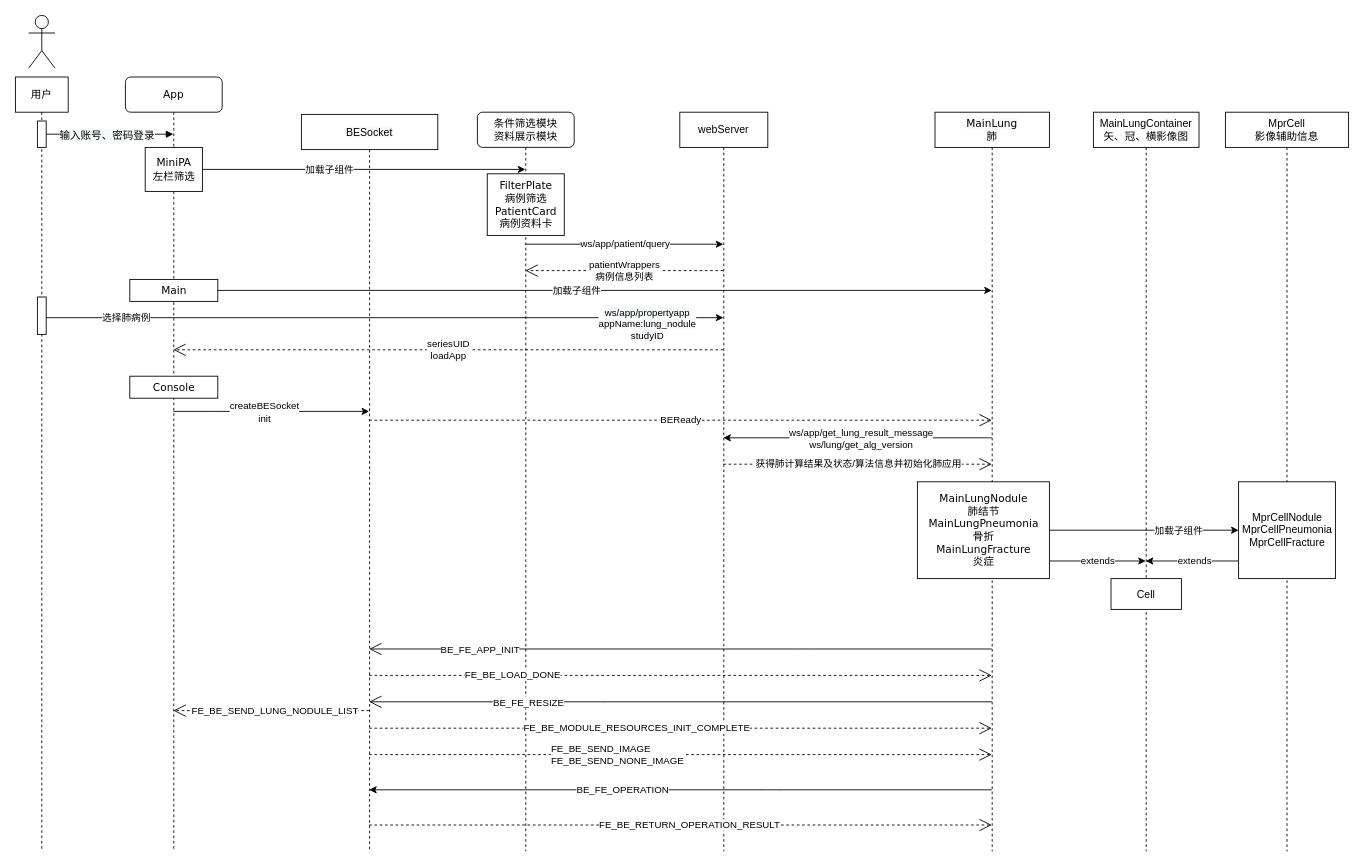
This is Untitled Diagram.drawio from xingshijun/myBlog, a draw.io file, before an edit. Source tidied: cells renumbered, new cells numbered last; positions are measured from the earlier drawing's top-left corner, leaving out a move shared by most shapes. Both pictures are drawn from the tidied source at 88%, with x=0, y=0 at pixel (15, 15).
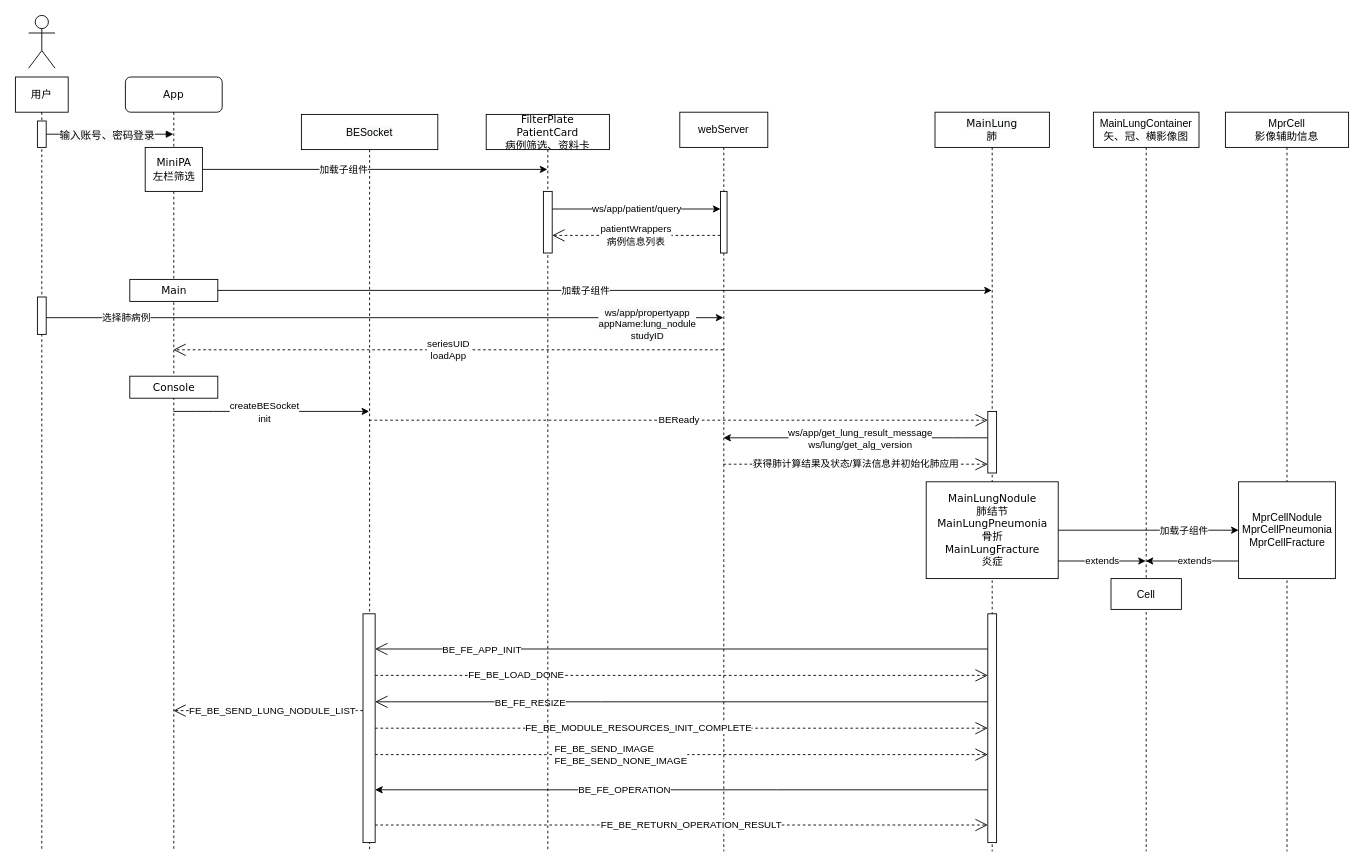
Above is the later version.

Unchanged cells that the change refers to:
```xml
<mxCell id="4" value="App" style="shape=umlLifeline;perimeter=lifelinePerimeter;whiteSpace=wrap;html=1;outlineConnect=0;rounded=1;shadow=0;comic=0;labelBackgroundColor=none;strokeWidth=1;fontFamily=Verdana;fontSize=12;align=center;" parent="1" vertex="1">
  <mxGeometry x="125" y="70" width="110" height="880" as="geometry" />
</mxCell>
<mxCell id="5" value="MiniPA&lt;br&gt;左栏筛选" style="html=1;points=[];perimeter=orthogonalPerimeter;rounded=0;shadow=0;comic=0;labelBackgroundColor=none;strokeWidth=1;fontFamily=Verdana;fontSize=12;align=center;" parent="4" vertex="1">
  <mxGeometry x="22.5" y="80" width="65" height="50" as="geometry" />
</mxCell>
<mxCell id="12" style="endArrow=classic;html=1;" parent="1" edge="1" source="6" target="23">
  <mxGeometry relative="1" as="geometry" />
</mxCell>
<mxCell id="23" value="&#10;&#10;&lt;span style=&quot;color: rgb(0, 0, 0); font-family: verdana; font-size: 12px; font-style: normal; font-weight: 400; letter-spacing: normal; text-align: center; text-indent: 0px; text-transform: none; word-spacing: 0px; background-color: rgb(248, 249, 250); display: inline; float: none;&quot;&gt;MainLung&lt;/span&gt;&lt;br style=&quot;color: rgb(0, 0, 0); font-family: verdana; font-size: 12px; font-style: normal; font-weight: 400; letter-spacing: normal; text-align: center; text-indent: 0px; text-transform: none; word-spacing: 0px; background-color: rgb(248, 249, 250);&quot;&gt;&lt;span style=&quot;color: rgb(0, 0, 0); font-family: verdana; font-size: 12px; font-style: normal; font-weight: 400; letter-spacing: normal; text-align: center; text-indent: 0px; text-transform: none; word-spacing: 0px; background-color: rgb(248, 249, 250); display: inline; float: none;&quot;&gt;肺&lt;/span&gt;&#10;&#10;" style="shape=umlLifeline;perimeter=lifelinePerimeter;whiteSpace=wrap;html=1;outlineConnect=0;" parent="1" vertex="1">
  <mxGeometry x="1045" y="110" width="130" height="840" as="geometry" />
</mxCell>
<mxCell id="25" value="&lt;span style=&quot;font-family: &amp;#34;helvetica&amp;#34;&quot;&gt;webServer&lt;/span&gt;" style="shape=umlLifeline;perimeter=lifelinePerimeter;whiteSpace=wrap;html=1;outlineConnect=0;" parent="1" vertex="1">
  <mxGeometry x="755" y="110" width="100" height="840" as="geometry" />
</mxCell>
<mxCell id="26" value="&lt;span style=&quot;color: rgb(0 , 0 , 0) ; font-family: &amp;#34;helvetica&amp;#34; ; font-size: 12px ; font-style: normal ; font-weight: 400 ; letter-spacing: normal ; text-align: center ; text-indent: 0px ; text-transform: none ; word-spacing: 0px ; background-color: rgb(248 , 249 , 250) ; display: inline ; float: none&quot;&gt;BESocket&lt;/span&gt;" style="shape=umlLifeline;perimeter=lifelinePerimeter;whiteSpace=wrap;html=1;outlineConnect=0;" parent="1" vertex="1">
  <mxGeometry x="325" y="112.5" width="155" height="837.5" as="geometry" />
</mxCell>
```

Change to the diagram source:
```diff
@@
-    <mxCell id="2" value="条件筛选模块&lt;br&gt;资料展示模块" style="shape=umlLifeline;perimeter=lifelinePerimeter;whiteSpace=wrap;html=1;outlineConnect=0;rounded=1;shadow=0;comic=0;labelBackgroundColor=none;strokeWidth=1;fontFamily=Verdana;fontSize=12;align=center;" parent="1" vertex="1">
-      <mxGeometry x="525" y="110" width="110" height="840" as="geometry" />
-    </mxCell>
-    <mxCell id="3" value="FilterPlate&lt;br&gt;病例筛选&lt;br&gt;PatientCard&lt;br&gt;病例资料卡" style="html=1;perimeter=orthogonalPerimeter;rounded=0;shadow=0;comic=0;labelBackgroundColor=none;strokeWidth=1;fontFamily=Verdana;fontSize=12;align=center;" parent="2" vertex="1">
-      <mxGeometry x="11.2" y="70" width="87.5" height="70" as="geometry" />
-    </mxCell>
@@
-    <mxCell id="9" style="endArrow=classic;html=1;" parent="1" edge="1" source="5" target="2">
+    <mxCell id="9" style="endArrow=classic;html=1;" parent="1" edge="1" source="5" target="50">
       <mxGeometry relative="1" as="geometry" />
     </mxCell>
@@
-    <mxCell id="11" value="ws/app/patient/query" style="endArrow=classic;html=1;startArrow=none;" parent="1" edge="1" source="2" target="25">
+    <mxCell id="11" value="ws/app/patient/query" style="endArrow=classic;html=1;startArrow=none;" parent="1" edge="1" source="51" target="55">
       <mxGeometry relative="1" as="geometry">
         <Array as="points">
-          <mxPoint x="695" y="260" />
+          <mxPoint x="695" y="220" />
         </Array>
       </mxGeometry>
     </mxCell>
@@
     <mxCell id="13" value="加载子组件" style="edgeLabel;html=1;align=center;verticalAlign=middle;" parent="12" vertex="1">
       <mxGeometry x="-0.14" y="-1" relative="1" as="geometry">
-        <mxPoint x="29" y="-1" as="offset" />
+        <mxPoint x="39" y="-1" as="offset" />
       </mxGeometry>
     </mxCell>
-    <mxCell id="14" value="patientWrappers&lt;br&gt;病例信息列表" style="endArrow=open;endSize=12;dashed=1;html=1;" parent="1" edge="1" source="25" target="2">
+    <mxCell id="14" value="patientWrappers&lt;br&gt;病例信息列表" style="endArrow=open;endSize=12;dashed=1;html=1;" parent="1" edge="1" source="55" target="51">
       <mxGeometry relative="1" as="geometry">
         <Array as="points">
-          <mxPoint x="705" y="290" />
+          <mxPoint x="725" y="250" />
         </Array>
       </mxGeometry>
     </mxCell>
@@
     <mxCell id="24" value="MainLungNodule&lt;br&gt;肺结节&lt;br&gt;MainLungPneumonia&lt;br&gt;骨折&lt;br&gt;MainLungFracture&lt;br&gt;炎症" style="html=1;points=[];perimeter=orthogonalPerimeter;rounded=0;shadow=0;comic=0;labelBackgroundColor=none;strokeWidth=1;fontFamily=Verdana;fontSize=12;align=center;" parent="23" vertex="1">
-      <mxGeometry x="-20" y="420" width="150" height="110" as="geometry" />
+      <mxGeometry x="-10" y="420" width="150" height="110" as="geometry" />
     </mxCell>
@@
-    <mxCell id="32" style="endArrow=open;endFill=1;endSize=12;html=1;" parent="1" edge="1" source="23" target="26">
+    <mxCell id="32" style="endArrow=open;endFill=1;endSize=12;html=1;" parent="1" edge="1" source="53" target="54">
       <mxGeometry relative="1" as="geometry">
         <Array as="points">
           <mxPoint x="675" y="780" />
         </Array>
       </mxGeometry>
     </mxCell>
@@
-    <mxCell id="36" style="endArrow=classic;html=1;" parent="1" edge="1" source="23" target="25">
+    <mxCell id="36" style="endArrow=classic;html=1;" parent="1" edge="1" source="52" target="25">
       <mxGeometry relative="1" as="geometry">
         <Array as="points">
-          <mxPoint x="1105" y="480" />
+          <mxPoint x="1065" y="480" />
         </Array>
       </mxGeometry>
     </mxCell>
@@
-    <mxCell id="38" value="获得肺计算结果及状态/算法信息并初始化肺应用" style="endArrow=open;endSize=12;dashed=1;html=1;" parent="1" edge="1" source="25" target="23">
+    <mxCell id="38" value="获得肺计算结果及状态/算法信息并初始化肺应用" style="endArrow=open;endSize=12;dashed=1;html=1;" parent="1" edge="1" source="25" target="52">
       <mxGeometry relative="1" as="geometry">
         <Array as="points">
           <mxPoint x="1075" y="510" />
         </Array>
       </mxGeometry>
     </mxCell>
-    <mxCell id="39" style="endArrow=open;endFill=1;endSize=12;html=1;" parent="1" edge="1" source="23" target="26">
+    <mxCell id="39" style="endArrow=open;endFill=1;endSize=12;html=1;" parent="1" edge="1" source="53" target="54">
       <mxGeometry relative="1" as="geometry">
         <Array as="points">
           <mxPoint x="895" y="720" />
         </Array>
       </mxGeometry>
     </mxCell>
@@
-    <mxCell id="42" value="BEReady" style="endArrow=open;endSize=12;dashed=1;html=1;" parent="1" edge="1" source="26" target="23">
+    <mxCell id="42" value="BEReady" style="endArrow=open;endSize=12;dashed=1;html=1;" parent="1" edge="1" source="26" target="52">
       <mxGeometry relative="1" as="geometry">
         <Array as="points">
           <mxPoint x="515" y="460" />
         </Array>
       </mxGeometry>
     </mxCell>
-    <mxCell id="43" value="FE_BE_LOAD_DONE" style="endArrow=open;endSize=12;dashed=1;html=1;" parent="1" edge="1" source="26" target="23">
+    <mxCell id="43" value="FE_BE_LOAD_DONE" style="endArrow=open;endSize=12;dashed=1;html=1;" parent="1" edge="1" source="54" target="53">
       <mxGeometry x="-0.54" relative="1" as="geometry">
         <Array as="points">
           <mxPoint x="565" y="750" />
         </Array>
       </mxGeometry>
     </mxCell>
-    <mxCell id="44" value="FE_BE_MODULE_RESOURCES_INIT_COMPLETE" style="endArrow=open;endSize=12;dashed=1;html=1;" parent="1" edge="1" source="26" target="23">
+    <mxCell id="44" value="FE_BE_MODULE_RESOURCES_INIT_COMPLETE" style="endArrow=open;endSize=12;dashed=1;html=1;" parent="1" edge="1" source="54" target="53">
       <mxGeometry x="-0.14" relative="1" as="geometry">
         <Array as="points">
           <mxPoint x="565" y="810" />
         </Array>
       </mxGeometry>
     </mxCell>
-    <mxCell id="45" value="FE_BE_SEND_IMAGE&lt;br&gt;&lt;span style=&quot;font-size: 11px&quot;&gt;FE_BE_SEND_NONE_IMAGE&lt;/span&gt;" style="endArrow=open;endSize=12;dashed=1;html=1;align=left;" parent="1" edge="1" source="26" target="23">
+    <mxCell id="45" value="FE_BE_SEND_IMAGE&lt;br&gt;&lt;span style=&quot;font-size: 11px&quot;&gt;FE_BE_SEND_NONE_IMAGE&lt;/span&gt;" style="endArrow=open;endSize=12;dashed=1;html=1;align=left;" parent="1" edge="1" source="54" target="53">
       <mxGeometry x="-0.42" relative="1" as="geometry">
         <Array as="points">
           <mxPoint x="615" y="840" />
         </Array>
       </mxGeometry>
     </mxCell>
-    <mxCell id="46" value="BE_FE_OPERATION" style="endArrow=classic;html=1;" parent="1" edge="1" source="23" target="26">
+    <mxCell id="46" value="BE_FE_OPERATION" style="endArrow=classic;html=1;" parent="1" edge="1" source="53" target="54">
       <mxGeometry x="0.19" relative="1" as="geometry">
         <Array as="points">
           <mxPoint x="855" y="880" />
         </Array>
         <mxPoint x="1" as="offset" />
       </mxGeometry>
     </mxCell>
-    <mxCell id="47" value="FE_BE_RETURN_OPERATION_RESULT" style="endArrow=open;endSize=12;dashed=1;html=1;" parent="1" edge="1" source="26" target="23">
+    <mxCell id="47" value="FE_BE_RETURN_OPERATION_RESULT" style="endArrow=open;endSize=12;dashed=1;html=1;" parent="1" edge="1" source="54" target="53">
       <mxGeometry x="0.03" relative="1" as="geometry">
         <Array as="points">
           <mxPoint x="785" y="920" />
         </Array>
       </mxGeometry>
     </mxCell>
-    <mxCell id="48" value="FE_BE_SEND_LUNG_NODULE_LIST" style="endArrow=open;endSize=12;dashed=1;html=1;" parent="1" edge="1" source="26" target="4">
+    <mxCell id="48" value="FE_BE_SEND_LUNG_NODULE_LIST" style="endArrow=open;endSize=12;dashed=1;html=1;" parent="1" edge="1" source="54" target="4">
       <mxGeometry x="-0.04" relative="1" as="geometry">
         <Array as="points">
           <mxPoint x="285" y="790" />
         </Array>
       </mxGeometry>
     </mxCell>
@@
+    <mxCell id="50" value="&lt;span style=&quot;font-family: &amp;#34;verdana&amp;#34;&quot;&gt;FilterPlate&lt;/span&gt;&lt;br style=&quot;font-family: &amp;#34;verdana&amp;#34;&quot;&gt;&lt;span style=&quot;font-family: &amp;#34;verdana&amp;#34;&quot;&gt;PatientCard&lt;/span&gt;&lt;br style=&quot;font-family: &amp;#34;verdana&amp;#34;&quot;&gt;&lt;span style=&quot;font-family: &amp;#34;verdana&amp;#34;&quot;&gt;病例筛选、资料卡&lt;/span&gt;" style="shape=umlLifeline;perimeter=lifelinePerimeter;whiteSpace=wrap;html=1;outlineConnect=0;" parent="1" vertex="1">
+      <mxGeometry x="535" y="112.5" width="140" height="837.5" as="geometry" />
+    </mxCell>
+    <mxCell id="51" style="html=1;points=[];perimeter=orthogonalPerimeter;rounded=0;shadow=0;comic=0;labelBackgroundColor=none;strokeWidth=1;fontFamily=Verdana;fontSize=12;align=center;" parent="1" vertex="1">
+      <mxGeometry x="600" y="200" width="10" height="70" as="geometry" />
+    </mxCell>
+    <mxCell id="52" style="html=1;points=[];perimeter=orthogonalPerimeter;rounded=0;shadow=0;comic=0;labelBackgroundColor=none;strokeWidth=1;fontFamily=Verdana;fontSize=12;align=center;" parent="1" vertex="1">
+      <mxGeometry x="1105" y="450" width="10" height="70" as="geometry" />
+    </mxCell>
+    <mxCell id="53" style="html=1;points=[];perimeter=orthogonalPerimeter;rounded=0;shadow=0;comic=0;labelBackgroundColor=none;strokeWidth=1;fontFamily=Verdana;fontSize=12;align=center;" parent="1" vertex="1">
+      <mxGeometry x="1105" y="680" width="10" height="260" as="geometry" />
+    </mxCell>
+    <mxCell id="54" style="html=1;points=[];perimeter=orthogonalPerimeter;rounded=0;shadow=0;comic=0;labelBackgroundColor=none;strokeWidth=1;fontFamily=Verdana;fontSize=12;align=center;" parent="1" vertex="1">
+      <mxGeometry x="395" y="680" width="13.8" height="260" as="geometry" />
+    </mxCell>
+    <mxCell id="55" style="html=1;points=[];perimeter=orthogonalPerimeter;rounded=0;shadow=0;comic=0;labelBackgroundColor=none;strokeWidth=1;fontFamily=Verdana;fontSize=12;align=center;" parent="1" vertex="1">
+      <mxGeometry x="801.2" y="200" width="7.5" height="70" as="geometry" />
+    </mxCell>
```
